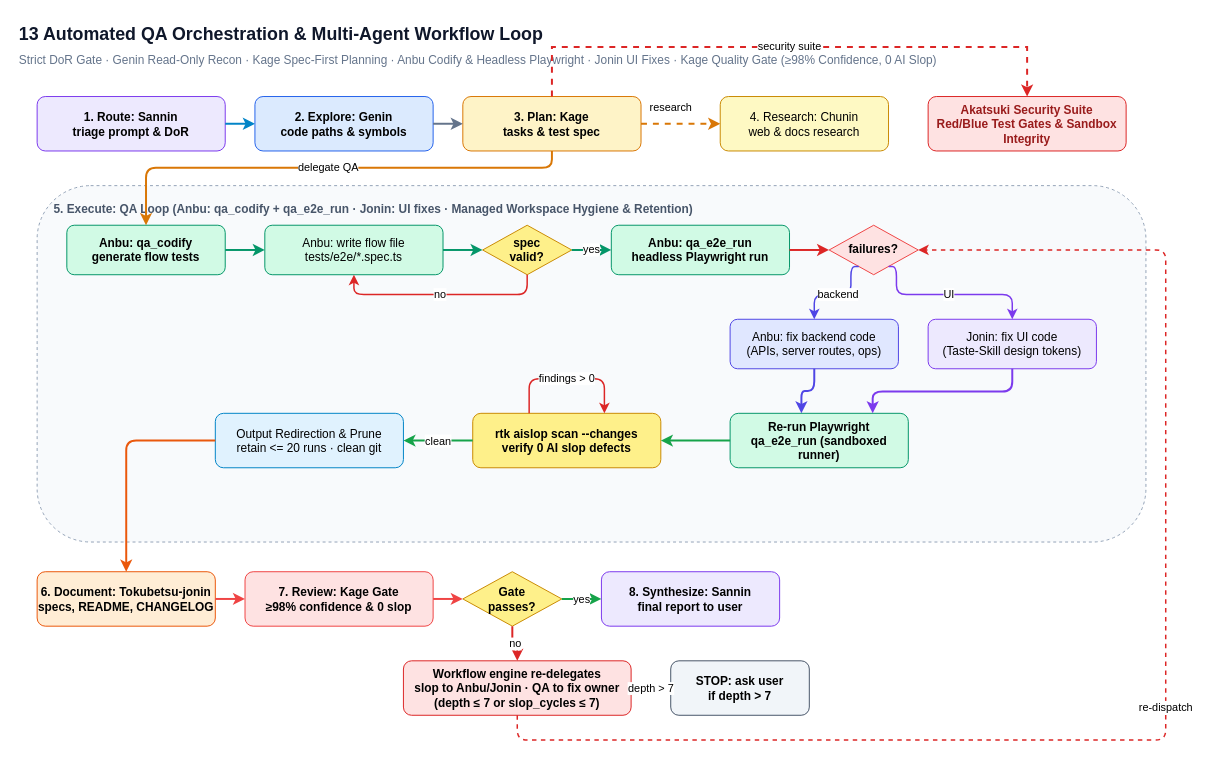
The draw.io diagram page "13 QA Automation Workflow" (13 of 18) of docs/diagrams/konoha-architecture.drawio in andycungkrinx91/konoha, before the edit. Source tidied: cells renumbered, new cells numbered last; positions are measured from the earlier drawing's top-left corner, leaving out a move shared by most shapes. Both pictures are drawn from the tidied source at 99%, with x=0, y=0 at pixel (17, 17).
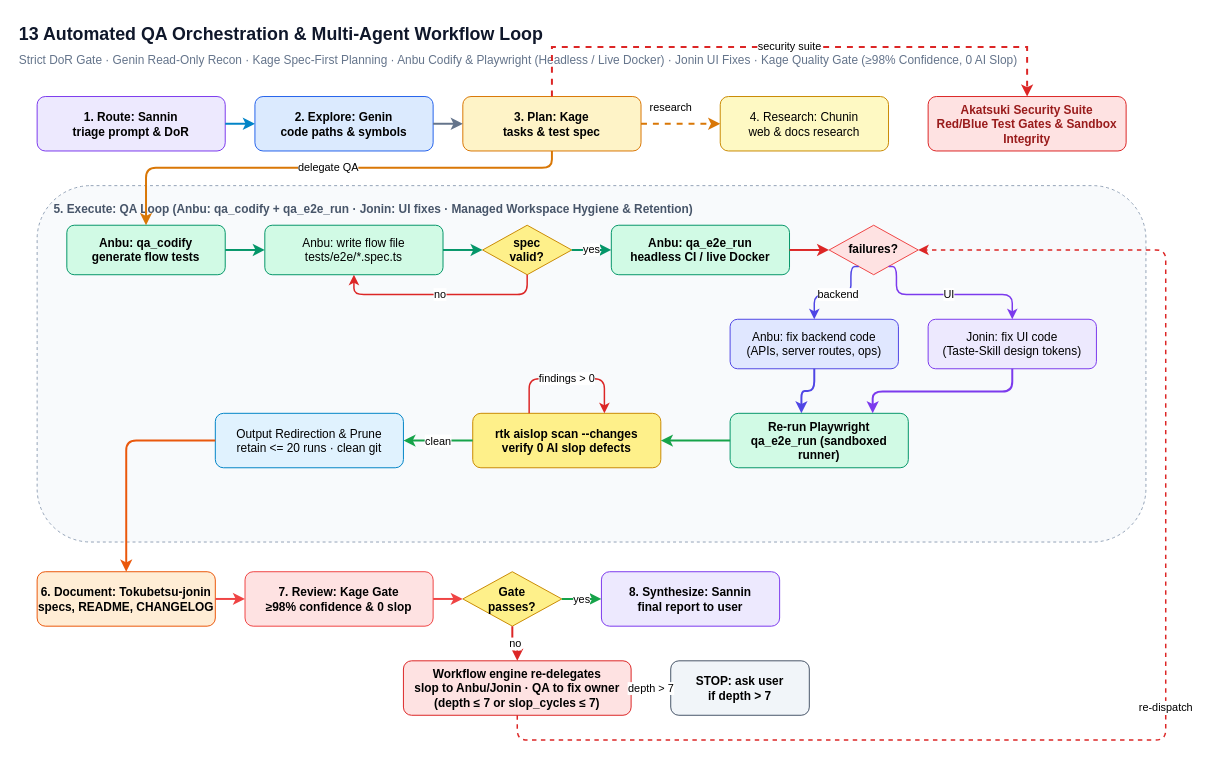
The same page after the edit.

The edit, as a diff of the source:
```diff
@@
-    <mxCell id="3" value="Strict DoR Gate · Genin Read-Only Recon · Kage Spec-First Planning · Anbu Codify &amp; Headless Playwright · Jonin UI Fixes · Kage Quality Gate (≥98% Confidence, 0 AI Slop)" style="text;html=1;fontSize=12;fontColor=#64748b;" parent="1" vertex="1">
+    <mxCell id="3" value="Strict DoR Gate · Genin Read-Only Recon · Kage Spec-First Planning · Anbu Codify &amp; Playwright (Headless / Live Docker) · Jonin UI Fixes · Kage Quality Gate (≥98% Confidence, 0 AI Slop)" style="text;html=1;fontSize=12;fontColor=#64748b;" parent="1" vertex="1">
       <mxGeometry y="30" width="1000" height="20" as="geometry" />
     </mxCell>
@@
-    <mxCell id="12" value="Anbu: qa_e2e_run&#10;headless Playwright run" style="rounded=1;whiteSpace=wrap;html=1;fillColor=#d1fae5;strokeColor=#059669;fontStyle=1;align=center;agent=anbu;" parent="1" vertex="1">
+    <mxCell id="12" value="Anbu: qa_e2e_run&#10;headless CI / live Docker" style="rounded=1;whiteSpace=wrap;html=1;fillColor=#d1fae5;strokeColor=#059669;fontStyle=1;align=center;agent=anbu;" parent="1" vertex="1">
       <mxGeometry x="600" y="210" width="180" height="50" as="geometry" />
     </mxCell>
```
